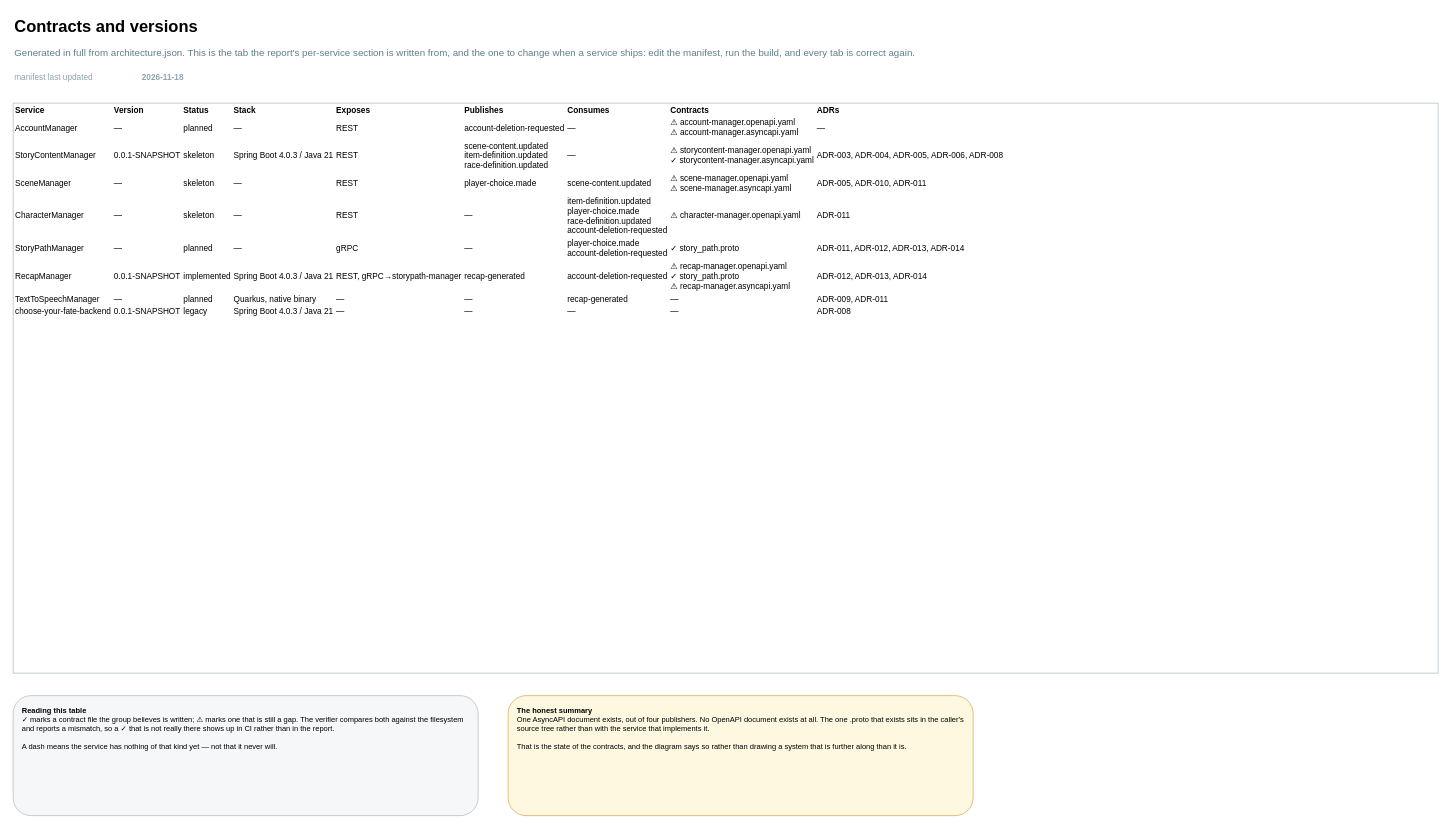
The draw.io diagram page "Contracts and versions" (6 of 9) of docs/architecture/architecture.drawio in Grupp2B-Spam/RPG_Choose_Your_Fate_Sem2, before the edit. Source tidied: cells renumbered, new cells numbered last; positions are measured from the earlier drawing's top-left corner, leaving out a move shared by most shapes. Both pictures are drawn from the tidied source at 75%, with x=0, y=0 at pixel (13, 13).
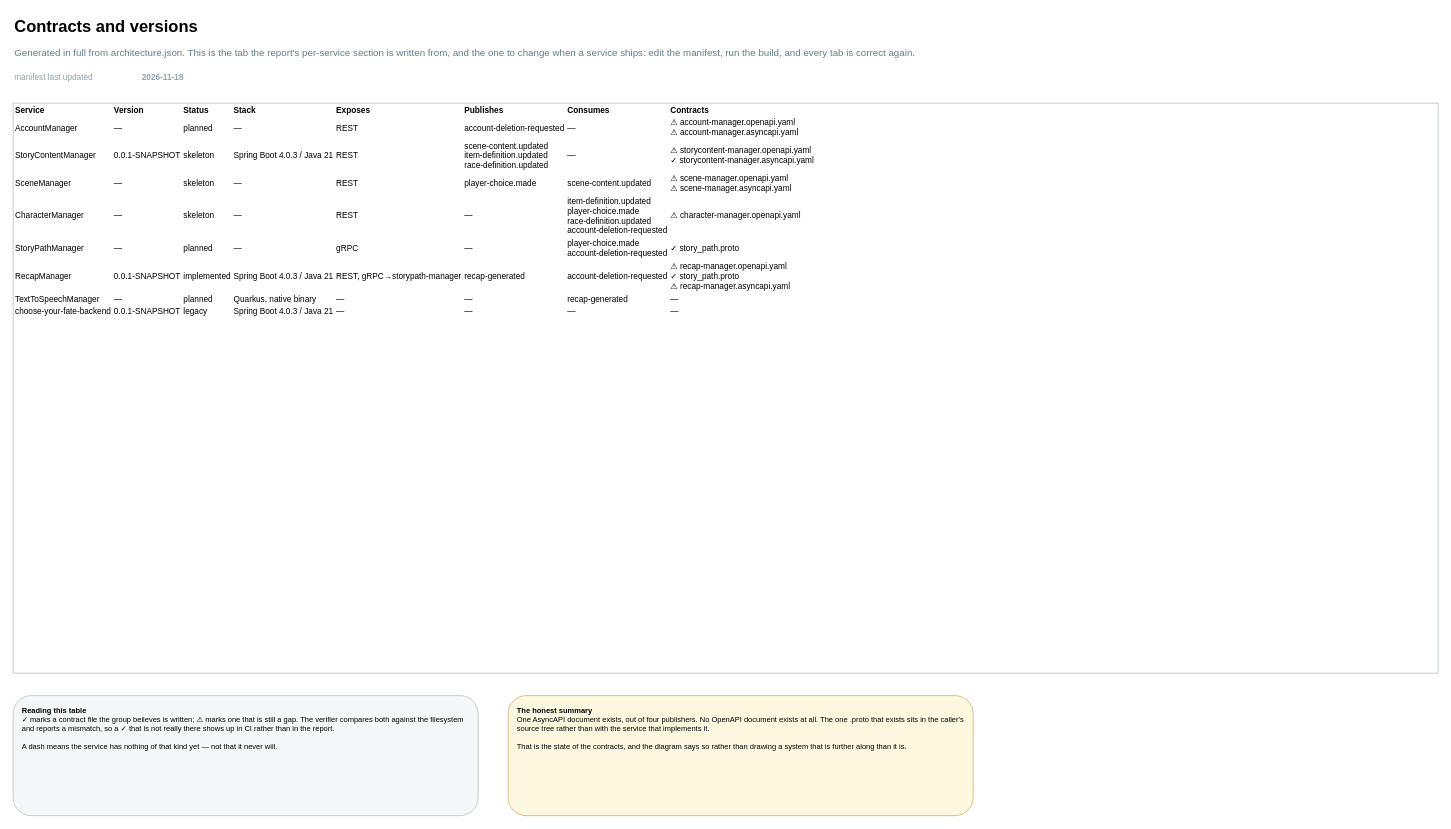
The same diagram, later.

The edit, as a diff of the source:
```diff
@@
 <mxGraphModel>
   <root>
     <mxCell id="0" />
     <mxCell id="1" parent="0" />
     <mxCell id="2" value="Contracts and versions" style="text;html=1;fontSize=22;fontStyle=1;align=left;verticalAlign=middle;" parent="1" vertex="1">
       <mxGeometry width="1400" height="36" as="geometry" />
     </mxCell>
     <mxCell id="3" value="Generated in full from architecture.json. This is the tab the report's per-service section is written from, and the one to change when a service ships: edit the manifest, run the build, and every tab is correct again." style="text;html=1;fontSize=13;fontColor=#607d8b;align=left;verticalAlign=middle;" parent="1" vertex="1">
       <mxGeometry y="40" width="1400" height="24" as="geometry" />
     </mxCell>
     <mxCell id="4" value="manifest last updated" style="text;html=1;fontSize=11;fontColor=#90a4ae;align=left;verticalAlign=middle;" parent="1" vertex="1">
       <mxGeometry y="74" width="160" height="22" as="geometry" />
     </mxCell>
     <mxCell id="5" value="2026-11-18" style="text;html=1;fontSize=11;fontColor=#90a4ae;align=left;verticalAlign=middle;fontStyle=1;" parent="1" vertex="1">
       <mxGeometry x="170" y="74" width="200" height="22" as="geometry" />
     </mxCell>
-    <mxCell id="6" value="&lt;table&gt;&lt;tr&gt;&lt;th&gt;Service&lt;/th&gt;&lt;th&gt;Version&lt;/th&gt;&lt;th&gt;Status&lt;/th&gt;&lt;th&gt;Stack&lt;/th&gt;&lt;th&gt;Exposes&lt;/th&gt;&lt;th&gt;Publishes&lt;/th&gt;&lt;th&gt;Consumes&lt;/th&gt;&lt;th&gt;Contracts&lt;/th&gt;&lt;th&gt;ADRs&lt;/th&gt;&lt;/tr&gt;&lt;tr&gt;&lt;td&gt;AccountManager&lt;/td&gt;&lt;td&gt;—&lt;/td&gt;&lt;td&gt;planned&lt;/td&gt;&lt;td&gt;—&lt;/td&gt;&lt;td&gt;REST&lt;/td&gt;&lt;td&gt;account-deletion-requested&lt;/td&gt;&lt;td&gt;—&lt;/td&gt;&lt;td&gt;⚠ account-manager.openapi.yaml&lt;br&gt;⚠ account-manager.asyncapi.yaml&lt;/td&gt;&lt;td&gt;—&lt;/td&gt;&lt;/tr&gt;&lt;tr&gt;&lt;td&gt;StoryContentManager&lt;/td&gt;&lt;td&gt;0.0.1-SNAPSHOT&lt;/td&gt;&lt;td&gt;skeleton&lt;/td&gt;&lt;td&gt;Spring Boot 4.0.3 / Java 21&lt;/td&gt;&lt;td&gt;REST&lt;/td&gt;&lt;td&gt;scene-content.updated&lt;br&gt;item-definition.updated&lt;br&gt;race-definition.updated&lt;/td&gt;&lt;td&gt;—&lt;/td&gt;&lt;td&gt;⚠ storycontent-manager.openapi.yaml&lt;br&gt;✓ storycontent-manager.asyncapi.yaml&lt;/td&gt;&lt;td&gt;ADR-003, ADR-004, ADR-005, ADR-006, ADR-008&lt;/td&gt;&lt;/tr&gt;&lt;tr&gt;&lt;td&gt;SceneManager&lt;/td&gt;&lt;td&gt;—&lt;/td&gt;&lt;td&gt;skeleton&lt;/td&gt;&lt;td&gt;—&lt;/td&gt;&lt;td&gt;REST&lt;/td&gt;&lt;td&gt;player-choice.made&lt;/td&gt;&lt;td&gt;scene-content.updated&lt;/td&gt;&lt;td&gt;⚠ scene-manager.openapi.yaml&lt;br&gt;⚠ scene-manager.asyncapi.yaml&lt;/td&gt;&lt;td&gt;ADR-005, ADR-010, ADR-011&lt;/td&gt;&lt;/tr&gt;&lt;tr&gt;&lt;td&gt;CharacterManager&lt;/td&gt;&lt;td&gt;—&lt;/td&gt;&lt;td&gt;skeleton&lt;/td&gt;&lt;td&gt;—&lt;/td&gt;&lt;td&gt;REST&lt;/td&gt;&lt;td&gt;—&lt;/td&gt;&lt;td&gt;item-definition.updated&lt;br&gt;player-choice.made&lt;br&gt;race-definition.updated&lt;br&gt;account-deletion-requested&lt;/td&gt;&lt;td&gt;⚠ character-manager.openapi.yaml&lt;/td&gt;&lt;td&gt;ADR-011&lt;/td&gt;&lt;/tr&gt;&lt;tr&gt;&lt;td&gt;StoryPathManager&lt;/td&gt;&lt;td&gt;—&lt;/td&gt;&lt;td&gt;planned&lt;/td&gt;&lt;td&gt;—&lt;/td&gt;&lt;td&gt;gRPC&lt;/td&gt;&lt;td&gt;—&lt;/td&gt;&lt;td&gt;player-choice.made&lt;br&gt;account-deletion-requested&lt;/td&gt;&lt;td&gt;✓ story_path.proto&lt;/td&gt;&lt;td&gt;ADR-011, ADR-012, ADR-013, ADR-014&lt;/td&gt;&lt;/tr&gt;&lt;tr&gt;&lt;td&gt;RecapManager&lt;/td&gt;&lt;td&gt;0.0.1-SNAPSHOT&lt;/td&gt;&lt;td&gt;implemented&lt;/td&gt;&lt;td&gt;Spring Boot 4.0.3 / Java 21&lt;/td&gt;&lt;td&gt;REST, gRPC→storypath-manager&lt;/td&gt;&lt;td&gt;recap-generated&lt;/td&gt;&lt;td&gt;account-deletion-requested&lt;/td&gt;&lt;td&gt;⚠ recap-manager.openapi.yaml&lt;br&gt;✓ story_path.proto&lt;br&gt;⚠ recap-manager.asyncapi.yaml&lt;/td&gt;&lt;td&gt;ADR-012, ADR-013, ADR-014&lt;/td&gt;&lt;/tr&gt;&lt;tr&gt;&lt;td&gt;TextToSpeechManager&lt;/td&gt;&lt;td&gt;—&lt;/td&gt;&lt;td&gt;planned&lt;/td&gt;&lt;td&gt;Quarkus, native binary&lt;/td&gt;&lt;td&gt;—&lt;/td&gt;&lt;td&gt;—&lt;/td&gt;&lt;td&gt;recap-generated&lt;/td&gt;&lt;td&gt;—&lt;/td&gt;&lt;td&gt;ADR-009, ADR-011&lt;/td&gt;&lt;/tr&gt;&lt;tr&gt;&lt;td&gt;choose-your-fate-backend&lt;/td&gt;&lt;td&gt;0.0.1-SNAPSHOT&lt;/td&gt;&lt;td&gt;legacy&lt;/td&gt;&lt;td&gt;Spring Boot 4.0.3 / Java 21&lt;/td&gt;&lt;td&gt;—&lt;/td&gt;&lt;td&gt;—&lt;/td&gt;&lt;td&gt;—&lt;/td&gt;&lt;td&gt;—&lt;/td&gt;&lt;td&gt;ADR-008&lt;/td&gt;&lt;/tr&gt;&lt;/table&gt;" style="rounded=0;whiteSpace=wrap;html=1;fillColor=#ffffff;strokeColor=#b0bec5;align=left;verticalAlign=top;spacingLeft=10;spacingTop=10;fontSize=11;overflow=fill;" parent="1" vertex="1">
+    <mxCell id="6" value="&lt;table&gt;&lt;tr&gt;&lt;th&gt;Service&lt;/th&gt;&lt;th&gt;Version&lt;/th&gt;&lt;th&gt;Status&lt;/th&gt;&lt;th&gt;Stack&lt;/th&gt;&lt;th&gt;Exposes&lt;/th&gt;&lt;th&gt;Publishes&lt;/th&gt;&lt;th&gt;Consumes&lt;/th&gt;&lt;th&gt;Contracts&lt;/th&gt;&lt;/tr&gt;&lt;tr&gt;&lt;td&gt;AccountManager&lt;/td&gt;&lt;td&gt;—&lt;/td&gt;&lt;td&gt;planned&lt;/td&gt;&lt;td&gt;—&lt;/td&gt;&lt;td&gt;REST&lt;/td&gt;&lt;td&gt;account-deletion-requested&lt;/td&gt;&lt;td&gt;—&lt;/td&gt;&lt;td&gt;⚠ account-manager.openapi.yaml&lt;br&gt;⚠ account-manager.asyncapi.yaml&lt;/td&gt;&lt;/tr&gt;&lt;tr&gt;&lt;td&gt;StoryContentManager&lt;/td&gt;&lt;td&gt;0.0.1-SNAPSHOT&lt;/td&gt;&lt;td&gt;skeleton&lt;/td&gt;&lt;td&gt;Spring Boot 4.0.3 / Java 21&lt;/td&gt;&lt;td&gt;REST&lt;/td&gt;&lt;td&gt;scene-content.updated&lt;br&gt;item-definition.updated&lt;br&gt;race-definition.updated&lt;/td&gt;&lt;td&gt;—&lt;/td&gt;&lt;td&gt;⚠ storycontent-manager.openapi.yaml&lt;br&gt;✓ storycontent-manager.asyncapi.yaml&lt;/td&gt;&lt;/tr&gt;&lt;tr&gt;&lt;td&gt;SceneManager&lt;/td&gt;&lt;td&gt;—&lt;/td&gt;&lt;td&gt;skeleton&lt;/td&gt;&lt;td&gt;—&lt;/td&gt;&lt;td&gt;REST&lt;/td&gt;&lt;td&gt;player-choice.made&lt;/td&gt;&lt;td&gt;scene-content.updated&lt;/td&gt;&lt;td&gt;⚠ scene-manager.openapi.yaml&lt;br&gt;⚠ scene-manager.asyncapi.yaml&lt;/td&gt;&lt;/tr&gt;&lt;tr&gt;&lt;td&gt;CharacterManager&lt;/td&gt;&lt;td&gt;—&lt;/td&gt;&lt;td&gt;skeleton&lt;/td&gt;&lt;td&gt;—&lt;/td&gt;&lt;td&gt;REST&lt;/td&gt;&lt;td&gt;—&lt;/td&gt;&lt;td&gt;item-definition.updated&lt;br&gt;player-choice.made&lt;br&gt;race-definition.updated&lt;br&gt;account-deletion-requested&lt;/td&gt;&lt;td&gt;⚠ character-manager.openapi.yaml&lt;/td&gt;&lt;/tr&gt;&lt;tr&gt;&lt;td&gt;StoryPathManager&lt;/td&gt;&lt;td&gt;—&lt;/td&gt;&lt;td&gt;planned&lt;/td&gt;&lt;td&gt;—&lt;/td&gt;&lt;td&gt;gRPC&lt;/td&gt;&lt;td&gt;—&lt;/td&gt;&lt;td&gt;player-choice.made&lt;br&gt;account-deletion-requested&lt;/td&gt;&lt;td&gt;✓ story_path.proto&lt;/td&gt;&lt;/tr&gt;&lt;tr&gt;&lt;td&gt;RecapManager&lt;/td&gt;&lt;td&gt;0.0.1-SNAPSHOT&lt;/td&gt;&lt;td&gt;implemented&lt;/td&gt;&lt;td&gt;Spring Boot 4.0.3 / Java 21&lt;/td&gt;&lt;td&gt;REST, gRPC→storypath-manager&lt;/td&gt;&lt;td&gt;recap-generated&lt;/td&gt;&lt;td&gt;account-deletion-requested&lt;/td&gt;&lt;td&gt;⚠ recap-manager.openapi.yaml&lt;br&gt;✓ story_path.proto&lt;br&gt;⚠ recap-manager.asyncapi.yaml&lt;/td&gt;&lt;/tr&gt;&lt;tr&gt;&lt;td&gt;TextToSpeechManager&lt;/td&gt;&lt;td&gt;—&lt;/td&gt;&lt;td&gt;planned&lt;/td&gt;&lt;td&gt;Quarkus, native binary&lt;/td&gt;&lt;td&gt;—&lt;/td&gt;&lt;td&gt;—&lt;/td&gt;&lt;td&gt;recap-generated&lt;/td&gt;&lt;td&gt;—&lt;/td&gt;&lt;/tr&gt;&lt;tr&gt;&lt;td&gt;choose-your-fate-backend&lt;/td&gt;&lt;td&gt;0.0.1-SNAPSHOT&lt;/td&gt;&lt;td&gt;legacy&lt;/td&gt;&lt;td&gt;Spring Boot 4.0.3 / Java 21&lt;/td&gt;&lt;td&gt;—&lt;/td&gt;&lt;td&gt;—&lt;/td&gt;&lt;td&gt;—&lt;/td&gt;&lt;td&gt;—&lt;/td&gt;&lt;/tr&gt;&lt;/table&gt;" style="rounded=0;whiteSpace=wrap;html=1;fillColor=#ffffff;strokeColor=#b0bec5;align=left;verticalAlign=top;spacingLeft=10;spacingTop=10;fontSize=11;overflow=fill;" parent="1" vertex="1">
       <mxGeometry y="120" width="1900" height="760" as="geometry" />
     </mxCell>
     <mxCell id="7" value="&lt;b&gt;Reading this table&lt;/b&gt;&lt;br&gt;✓ marks a contract file the group believes is written; ⚠ marks one that is still a gap. The verifier compares both against the filesystem and reports a mismatch, so a ✓ that is not really there shows up in CI rather than in the report.&lt;br&gt;&lt;br&gt;A dash means the service has nothing of that kind yet — not that it never will." style="rounded=1;whiteSpace=wrap;html=1;fillColor=#f5f7f8;strokeColor=#b0bec5;align=left;verticalAlign=top;spacingLeft=10;spacingTop=8;fontSize=10;" parent="1" vertex="1">
       <mxGeometry y="910" width="620" height="160" as="geometry" />
     </mxCell>
     <mxCell id="8" value="&lt;b&gt;The honest summary&lt;/b&gt;&lt;br&gt;One AsyncAPI document exists, out of four publishers. No OpenAPI document exists at all. The one .proto that exists sits in the caller's source tree rather than with the service that implements it.&lt;br&gt;&lt;br&gt;That is the state of the contracts, and the diagram says so rather than drawing a system that is further along than it is." style="rounded=1;whiteSpace=wrap;html=1;fillColor=#fff8e1;strokeColor=#d6a860;align=left;verticalAlign=top;spacingLeft=10;spacingTop=8;fontSize=10;" parent="1" vertex="1">
       <mxGeometry x="660" y="910" width="620" height="160" as="geometry" />
     </mxCell>
   </root>
 </mxGraphModel>
```
